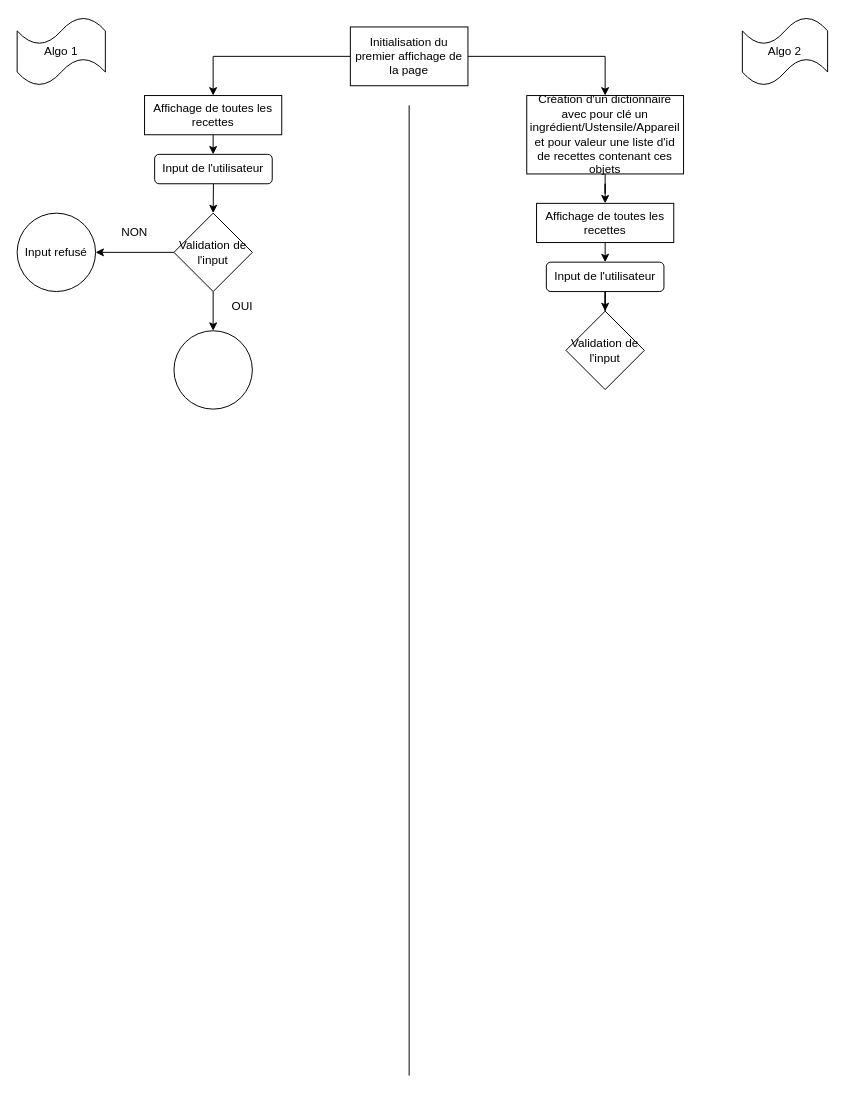
The draw.io diagram Diagramme sans nom.drawio in Antonin81/Les-petits-plats, before the edit. Source tidied: cells renumbered, new cells numbered last; positions are measured from the earlier drawing's top-left corner, leaving out a move shared by most shapes. Both pictures are drawn from the tidied source at 98%, with x=0, y=0 at pixel (17, 17).
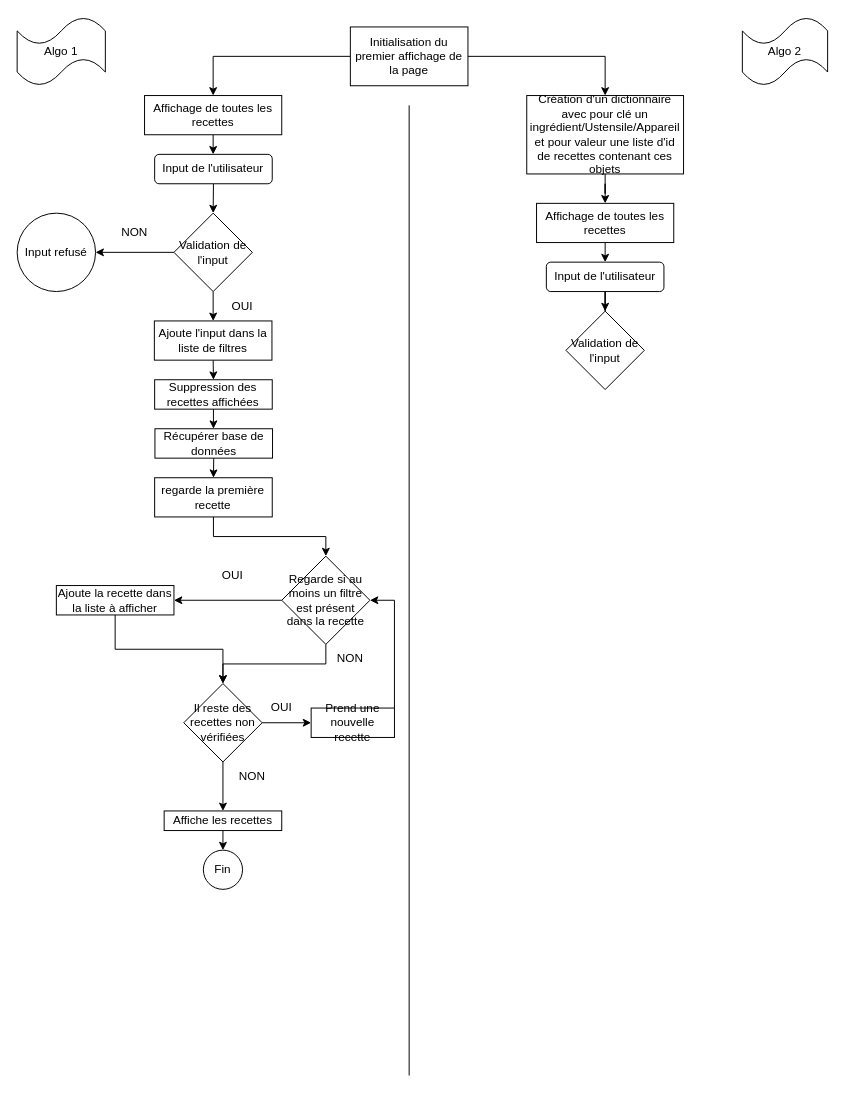
Above is the later version.

The change refers to these unchanged cells:
```xml
<mxCell id="20" value="Validation de l'input" style="rhombus;whiteSpace=wrap;html=1;" parent="1" vertex="1">
  <mxGeometry x="160" y="200" width="80" height="80" as="geometry" />
</mxCell>
```

Diff of the diagram source:
```diff
@@
-    <mxCell id="19" style="edgeStyle=orthogonalEdgeStyle;rounded=0;jettySize=auto;html=1;exitX=0.5;exitY=1;exitDx=0;exitDy=0;" parent="1" edge="1" source="20" target="25">
+    <mxCell id="19" style="edgeStyle=orthogonalEdgeStyle;rounded=0;jettySize=auto;html=1;exitX=0.5;exitY=1;exitDx=0;exitDy=0;entryX=0.5;entryY=0;entryDx=0;entryDy=0;" parent="1" edge="1" source="20" target="33">
       <mxGeometry relative="1" as="geometry" />
     </mxCell>
@@
-    <mxCell id="25" style="ellipse;whiteSpace=wrap;html=1;" parent="1" vertex="1">
-      <mxGeometry x="160" y="320" width="80" height="80" as="geometry" />
-    </mxCell>
+    <mxCell id="26" style="edgeStyle=orthogonalEdgeStyle;rounded=0;jettySize=auto;html=1;exitX=0.5;exitY=1;exitDx=0;exitDy=0;" parent="1" edge="1" source="27" target="29">
+      <mxGeometry relative="1" as="geometry" />
+    </mxCell>
+    <mxCell id="27" value="Suppression des recettes affichées" style="rounded=0;whiteSpace=wrap;html=1;" parent="1" vertex="1">
+      <mxGeometry x="140.3" y="370" width="120" height="30" as="geometry" />
+    </mxCell>
+    <mxCell id="28" style="edgeStyle=orthogonalEdgeStyle;rounded=0;jettySize=auto;html=1;exitX=0.5;exitY=1;exitDx=0;exitDy=0;entryX=0.5;entryY=0;entryDx=0;entryDy=0;" parent="1" edge="1" source="29" target="31">
+      <mxGeometry relative="1" as="geometry" />
+    </mxCell>
+    <mxCell id="29" value="Récupérer base de données" style="rounded=0;whiteSpace=wrap;html=1;" parent="1" vertex="1">
+      <mxGeometry x="140.6" y="420" width="120" height="30" as="geometry" />
+    </mxCell>
+    <mxCell id="30" style="edgeStyle=orthogonalEdgeStyle;rounded=0;jettySize=auto;html=1;exitX=0.5;exitY=1;exitDx=0;exitDy=0;" parent="1" edge="1" source="31" target="36">
+      <mxGeometry relative="1" as="geometry" />
+    </mxCell>
+    <mxCell id="31" value="regarde la première recette" style="rounded=0;whiteSpace=wrap;html=1;" parent="1" vertex="1">
+      <mxGeometry x="140.3" y="470" width="120" height="40" as="geometry" />
+    </mxCell>
+    <mxCell id="32" style="edgeStyle=orthogonalEdgeStyle;rounded=0;jettySize=auto;html=1;exitX=0.5;exitY=1;exitDx=0;exitDy=0;entryX=0.5;entryY=0;entryDx=0;entryDy=0;" parent="1" edge="1" source="33" target="27">
+      <mxGeometry relative="1" as="geometry" />
+    </mxCell>
+    <mxCell id="33" value="Ajoute l'input dans la liste de filtres" style="rounded=0;whiteSpace=wrap;html=1;" parent="1" vertex="1">
+      <mxGeometry x="140" y="310" width="120" height="40" as="geometry" />
+    </mxCell>
+    <mxCell id="34" style="edgeStyle=orthogonalEdgeStyle;rounded=0;jettySize=auto;html=1;exitX=0;exitY=0.5;exitDx=0;exitDy=0;" parent="1" edge="1" source="36" target="38">
+      <mxGeometry relative="1" as="geometry" />
+    </mxCell>
+    <mxCell id="35" style="edgeStyle=orthogonalEdgeStyle;rounded=0;jettySize=auto;html=1;exitX=0.5;exitY=1;exitDx=0;exitDy=0;" parent="1" edge="1" source="36" target="42">
+      <mxGeometry relative="1" as="geometry" />
+    </mxCell>
+    <mxCell id="36" value="Regarde si au moins un filtre est présent dans la recette" style="rhombus;whiteSpace=wrap;html=1;" parent="1" vertex="1">
+      <mxGeometry x="270" y="550" width="90" height="90" as="geometry" />
+    </mxCell>
+    <mxCell id="37" style="edgeStyle=orthogonalEdgeStyle;rounded=0;jettySize=auto;html=1;exitX=0.5;exitY=1;exitDx=0;exitDy=0;entryX=0.5;entryY=0;entryDx=0;entryDy=0;" parent="1" edge="1" source="38" target="42">
+      <mxGeometry relative="1" as="geometry" />
+    </mxCell>
+    <mxCell id="38" value="Ajoute la recette dans la liste à afficher" style="rounded=0;whiteSpace=wrap;html=1;" parent="1" vertex="1">
+      <mxGeometry x="40" y="580" width="120" height="30" as="geometry" />
+    </mxCell>
+    <mxCell id="39" value="OUI" style="text;html=1;strokeColor=none;fillColor=none;align=center;verticalAlign=middle;whiteSpace=wrap;rounded=0;" parent="1" vertex="1">
+      <mxGeometry x="190" y="555" width="60" height="30" as="geometry" />
+    </mxCell>
+    <mxCell id="40" style="edgeStyle=orthogonalEdgeStyle;rounded=0;jettySize=auto;html=1;exitX=1;exitY=0.5;exitDx=0;exitDy=0;" parent="1" edge="1" source="42" target="45">
+      <mxGeometry relative="1" as="geometry" />
+    </mxCell>
+    <mxCell id="41" style="edgeStyle=orthogonalEdgeStyle;rounded=0;jettySize=auto;html=1;exitX=0.5;exitY=1;exitDx=0;exitDy=0;" parent="1" edge="1" source="42" target="48">
+      <mxGeometry relative="1" as="geometry" />
+    </mxCell>
+    <mxCell id="42" value="Il reste des recettes non vérifiées" style="rhombus;whiteSpace=wrap;html=1;" parent="1" vertex="1">
+      <mxGeometry x="170" y="680" width="80" height="80" as="geometry" />
+    </mxCell>
+    <mxCell id="43" value="NON" style="text;html=1;strokeColor=none;fillColor=none;align=center;verticalAlign=middle;whiteSpace=wrap;rounded=0;" parent="1" vertex="1">
+      <mxGeometry x="310" y="640" width="60" height="30" as="geometry" />
+    </mxCell>
+    <mxCell id="44" style="edgeStyle=orthogonalEdgeStyle;rounded=0;jettySize=auto;html=1;exitX=1;exitY=0;exitDx=0;exitDy=0;entryX=1;entryY=0.5;entryDx=0;entryDy=0;" parent="1" edge="1" source="45" target="36">
+      <mxGeometry relative="1" as="geometry" />
+    </mxCell>
+    <mxCell id="45" value="Prend une nouvelle recette" style="rounded=0;whiteSpace=wrap;html=1;" parent="1" vertex="1">
+      <mxGeometry x="300" y="705" width="85" height="30" as="geometry" />
+    </mxCell>
+    <mxCell id="46" value="OUI" style="text;html=1;strokeColor=none;fillColor=none;align=center;verticalAlign=middle;whiteSpace=wrap;rounded=0;" parent="1" vertex="1">
+      <mxGeometry x="240" y="690" width="60" height="30" as="geometry" />
+    </mxCell>
+    <mxCell id="47" style="edgeStyle=orthogonalEdgeStyle;rounded=0;jettySize=auto;html=1;exitX=0.5;exitY=1;exitDx=0;exitDy=0;entryX=0.5;entryY=0;entryDx=0;entryDy=0;" parent="1" edge="1" source="48" target="50">
+      <mxGeometry relative="1" as="geometry" />
+    </mxCell>
+    <mxCell id="48" value="Affiche les recettes" style="rounded=0;whiteSpace=wrap;html=1;" parent="1" vertex="1">
+      <mxGeometry x="150" y="810" width="120" height="20" as="geometry" />
+    </mxCell>
+    <mxCell id="49" value="NON" style="text;html=1;strokeColor=none;fillColor=none;align=center;verticalAlign=middle;whiteSpace=wrap;rounded=0;" parent="1" vertex="1">
+      <mxGeometry x="210" y="760" width="60" height="30" as="geometry" />
+    </mxCell>
+    <mxCell id="50" value="Fin" style="ellipse;whiteSpace=wrap;html=1;" parent="1" vertex="1">
+      <mxGeometry x="190" y="850" width="40" height="40" as="geometry" />
+    </mxCell>
```
